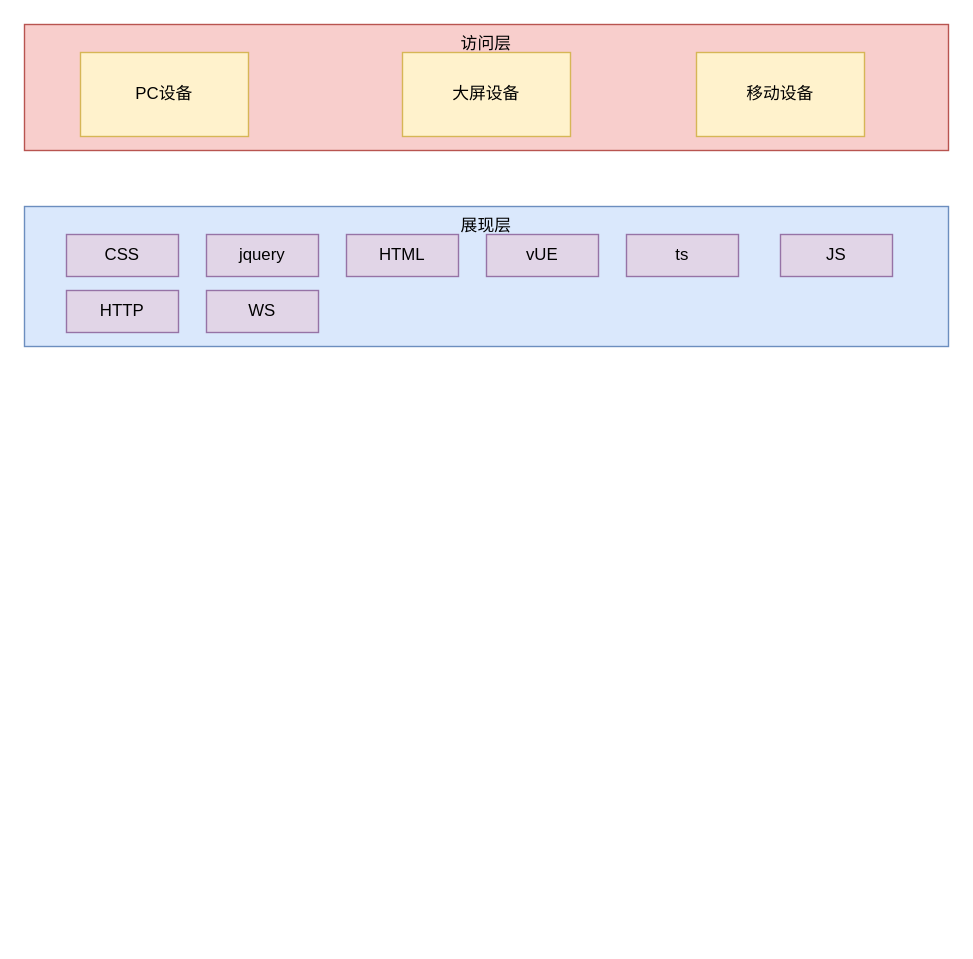
Earlier version of the draw.io diagram 智能风控系统技术架构.drawio (liojian198/Bin-Blog). Source tidied: cells renumbered, new cells numbered last; positions are measured from the earlier drawing's top-left corner, leaving out a move shared by most shapes. Both pictures are drawn from the tidied source at 140%, with x=0, y=0 at pixel (24, 24).
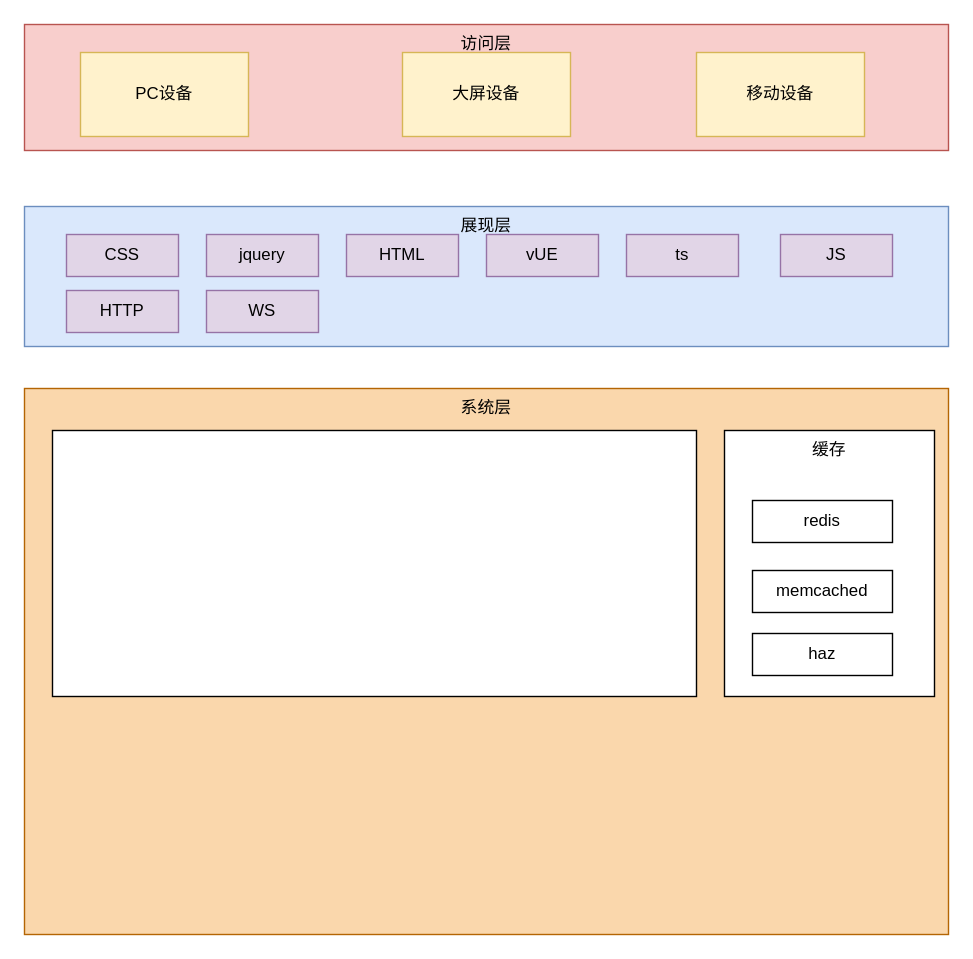
The same page after the edit.

Commit message (it also covers changes not shown here):
更新智能风控系统技术架构.drawio

The edit, as a diff of the source:
```diff
@@
+    <mxCell id="15" value="系统层" style="rounded=0;whiteSpace=wrap;html=1;fillColor=#fad7ac;strokeColor=#b46504;verticalAlign=top;" parent="1" vertex="1">
+      <mxGeometry y="260" width="660" height="390" as="geometry" />
+    </mxCell>
+    <mxCell id="16" style="rounded=0;whiteSpace=wrap;html=1;" parent="1" vertex="1">
+      <mxGeometry x="20" y="290" width="460" height="190" as="geometry" />
+    </mxCell>
+    <mxCell id="17" value="缓存" style="rounded=0;whiteSpace=wrap;html=1;verticalAlign=top;" parent="1" vertex="1">
+      <mxGeometry x="500" y="290" width="150" height="190" as="geometry" />
+    </mxCell>
+    <mxCell id="18" value="redis" style="rounded=0;whiteSpace=wrap;html=1;" parent="1" vertex="1">
+      <mxGeometry x="520" y="340" width="100" height="30" as="geometry" />
+    </mxCell>
+    <mxCell id="19" value="memcached" style="rounded=0;whiteSpace=wrap;html=1;" parent="1" vertex="1">
+      <mxGeometry x="520" y="390" width="100" height="30" as="geometry" />
+    </mxCell>
+    <mxCell id="20" value="haz" style="rounded=0;whiteSpace=wrap;html=1;" parent="1" vertex="1">
+      <mxGeometry x="520" y="435" width="100" height="30" as="geometry" />
+    </mxCell>
```
